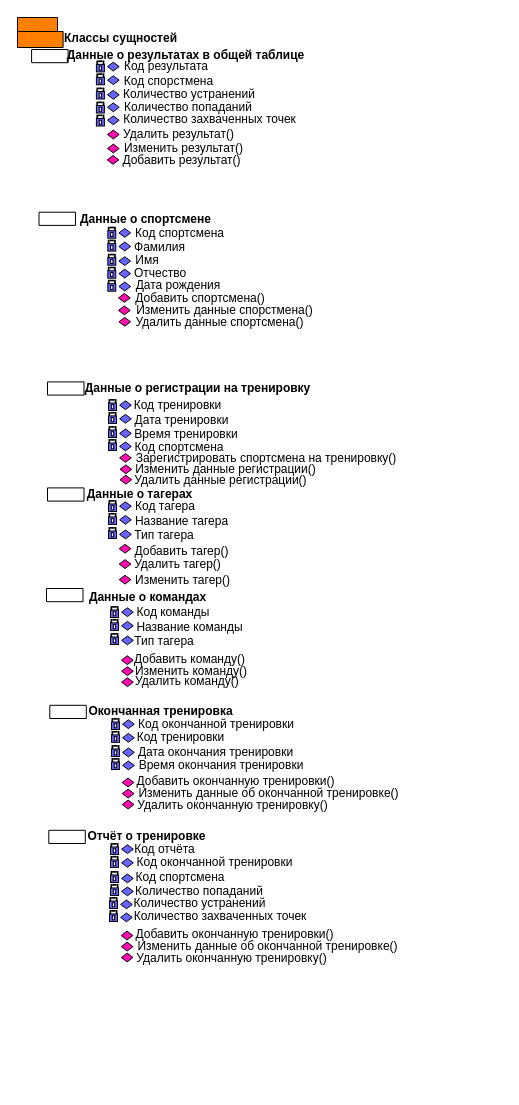
Earlier version of the draw.io diagram Решения/Часть 3. Схемы/Классы бизнес сущностей.drawio (VentoAureo12/Projecting-n-Design). Source tidied: cells renumbered, new cells numbered last; positions are measured from the earlier drawing's top-left corner, leaving out a move shared by most shapes. Both pictures are drawn from the tidied source at 100%, with x=0, y=0 at pixel (17, 17).
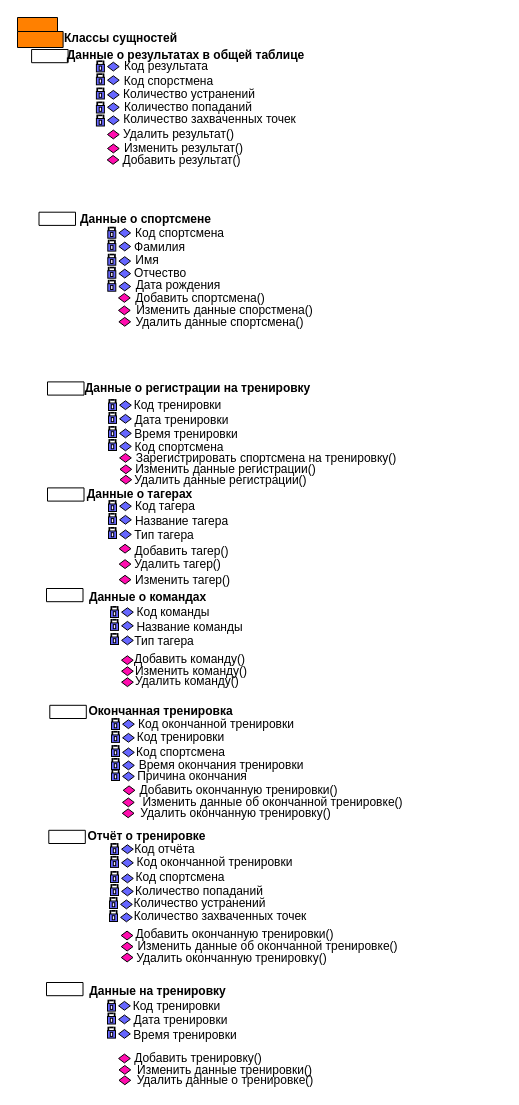
Above is the later version.

Change to the diagram source:
```diff
@@
-    <mxCell id="205" value="Дата окончания тренировки" style="text;html=1;strokeColor=none;fillColor=none;align=center;verticalAlign=middle;whiteSpace=wrap;rounded=0;" parent="1" vertex="1">
-      <mxGeometry x="113" y="730.5" width="171" height="9.4" as="geometry" />
+    <mxCell id="205" value="Код спортсмена" style="text;html=1;strokeColor=none;fillColor=none;align=center;verticalAlign=middle;whiteSpace=wrap;rounded=0;" parent="1" vertex="1">
+      <mxGeometry x="110" y="730.5" width="107" height="9.4" as="geometry" />
     </mxCell>
@@
     <mxCell id="226" style="rhombus;whiteSpace=wrap;html=1;fillColor=#FF0DAE;" parent="1" vertex="1">
-      <mxGeometry x="104.8" y="782.6" width="11.7" height="8.8" as="geometry" />
+      <mxGeometry x="104.8" y="791.4" width="11.7" height="8.8" as="geometry" />
     </mxCell>
     <mxCell id="227" value="Добавить окончанную тренировки()" style="text;html=1;strokeColor=none;fillColor=none;align=center;verticalAlign=middle;whiteSpace=wrap;rounded=0;" parent="1" vertex="1">
-      <mxGeometry x="106" y="759" width="225.4" height="9.4" as="geometry" />
+      <mxGeometry x="109.1" y="767.8" width="225.4" height="9.4" as="geometry" />
     </mxCell>
     <mxCell id="228" value="Изменить данные об окончанной тренировке()" style="text;html=1;strokeColor=none;fillColor=none;align=center;verticalAlign=middle;whiteSpace=wrap;rounded=0;" parent="1" vertex="1">
-      <mxGeometry x="89" y="771" width="325.4" height="9.4" as="geometry" />
+      <mxGeometry x="93" y="780.5" width="325.4" height="9.4" as="geometry" />
     </mxCell>
     <mxCell id="229" value="Удалить окончанную тренировку()" style="text;html=1;strokeColor=none;fillColor=none;align=center;verticalAlign=middle;whiteSpace=wrap;rounded=0;fontStyle=0;" parent="1" vertex="1">
-      <mxGeometry x="113.8" y="782.8" width="202.6" height="9.4" as="geometry" />
+      <mxGeometry x="117.4" y="791.4" width="202.6" height="9.4" as="geometry" />
     </mxCell>
     <mxCell id="230" style="rhombus;whiteSpace=wrap;html=1;fillColor=#FF0DAE;" parent="1" vertex="1">
-      <mxGeometry x="104.7" y="760.6" width="11.7" height="8.8" as="geometry" />
+      <mxGeometry x="105.7" y="768.4" width="11.7" height="8.8" as="geometry" />
     </mxCell>
     <mxCell id="231" style="rhombus;whiteSpace=wrap;html=1;fillColor=#FF0DAE;" parent="1" vertex="1">
-      <mxGeometry x="104.8" y="771.7" width="11.7" height="8.8" as="geometry" />
+      <mxGeometry x="105" y="780.5" width="11.7" height="8.8" as="geometry" />
     </mxCell>
@@
+    <mxCell id="304" style="rhombus;whiteSpace=wrap;html=1;fillColor=#6666FF;" parent="1" vertex="1">
+      <mxGeometry x="101.1" y="983.9" width="11.7" height="8.8" as="geometry" />
+    </mxCell>
+    <mxCell id="305" value="Код тренировки" style="text;html=1;strokeColor=none;fillColor=none;align=center;verticalAlign=middle;whiteSpace=wrap;rounded=0;" parent="1" vertex="1">
+      <mxGeometry x="108.7" y="983.5" width="101" height="10" as="geometry" />
+    </mxCell>
+    <mxCell id="306" value="Дата тренировки" style="text;html=1;strokeColor=none;fillColor=none;align=center;verticalAlign=middle;whiteSpace=wrap;rounded=0;" parent="1" vertex="1">
+      <mxGeometry x="108" y="998.6" width="111" height="9.4" as="geometry" />
+    </mxCell>
+    <mxCell id="307" value="Время тренировки" style="text;html=1;strokeColor=none;fillColor=none;align=center;verticalAlign=middle;whiteSpace=wrap;rounded=0;" parent="1" vertex="1">
+      <mxGeometry x="109" y="1013" width="118" height="9.4" as="geometry" />
+    </mxCell>
+    <mxCell id="308" style="rhombus;whiteSpace=wrap;html=1;fillColor=#6666FF;" parent="1" vertex="1">
+      <mxGeometry x="101.1" y="997.5" width="11.7" height="8.8" as="geometry" />
+    </mxCell>
+    <mxCell id="309" style="rhombus;whiteSpace=wrap;html=1;fillColor=#6666FF;" parent="1" vertex="1">
+      <mxGeometry x="101.1" y="1012" width="11.7" height="8.8" as="geometry" />
+    </mxCell>
+    <mxCell id="310" style="group;" parent="1" vertex="1">
+      <mxGeometry x="90" y="982.6" width="8" height="11" as="geometry" />
+    </mxCell>
+    <mxCell id="311" style="rounded=0;whiteSpace=wrap;html=1;fillColor=#6666FF;" parent="310" vertex="1">
+      <mxGeometry x="0.5" y="0.1" width="0.7" height="3.7" as="geometry" />
+    </mxCell>
+    <mxCell id="312" style="rounded=0;whiteSpace=wrap;html=1;fillColor=#6666FF;" parent="310" vertex="1">
+      <mxGeometry x="6.8" y="0.1" width="0.7" height="3.7" as="geometry" />
+    </mxCell>
+    <mxCell id="313" style="whiteSpace=wrap;html=1;fillColor=#6666FF;" parent="310" vertex="1">
+      <mxGeometry y="3.5" width="8" height="7.5" as="geometry" />
+    </mxCell>
+    <mxCell id="314" style="whiteSpace=wrap;html=1;gradientColor=#E5CCFF;gradientDirection=east;" parent="310" vertex="1">
+      <mxGeometry x="2.8" y="5.2" width="2.4" height="4.1" as="geometry" />
+    </mxCell>
+    <mxCell id="315" style="rounded=0;whiteSpace=wrap;html=1;rotation=90;fillColor=#6666FF;" parent="310" vertex="1">
+      <mxGeometry x="3.6" y="-1.4" width="0.7" height="3.5" as="geometry" />
+    </mxCell>
+    <mxCell id="316" style="group;" parent="1" vertex="1">
+      <mxGeometry x="90" y="995.5" width="8" height="11" as="geometry" />
+    </mxCell>
+    <mxCell id="317" style="rounded=0;whiteSpace=wrap;html=1;fillColor=#6666FF;" parent="316" vertex="1">
+      <mxGeometry x="0.5" y="0.1" width="0.7" height="3.7" as="geometry" />
+    </mxCell>
+    <mxCell id="318" style="rounded=0;whiteSpace=wrap;html=1;fillColor=#6666FF;" parent="316" vertex="1">
+      <mxGeometry x="6.8" y="0.1" width="0.7" height="3.7" as="geometry" />
+    </mxCell>
+    <mxCell id="319" style="whiteSpace=wrap;html=1;fillColor=#6666FF;" parent="316" vertex="1">
+      <mxGeometry y="3.5" width="8" height="7.5" as="geometry" />
+    </mxCell>
+    <mxCell id="320" style="whiteSpace=wrap;html=1;gradientColor=#E5CCFF;gradientDirection=east;" parent="316" vertex="1">
+      <mxGeometry x="2.8" y="5.2" width="2.4" height="4.1" as="geometry" />
+    </mxCell>
+    <mxCell id="321" style="rounded=0;whiteSpace=wrap;html=1;rotation=90;fillColor=#6666FF;" parent="316" vertex="1">
+      <mxGeometry x="3.6" y="-1.4" width="0.7" height="3.5" as="geometry" />
+    </mxCell>
+    <mxCell id="322" style="group;" parent="1" vertex="1">
+      <mxGeometry x="90" y="1009.6" width="8" height="11" as="geometry" />
+    </mxCell>
+    <mxCell id="323" style="rounded=0;whiteSpace=wrap;html=1;fillColor=#6666FF;" parent="322" vertex="1">
+      <mxGeometry x="0.5" y="0.1" width="0.7" height="3.7" as="geometry" />
+    </mxCell>
+    <mxCell id="324" style="rounded=0;whiteSpace=wrap;html=1;fillColor=#6666FF;" parent="322" vertex="1">
+      <mxGeometry x="6.8" y="0.1" width="0.7" height="3.7" as="geometry" />
+    </mxCell>
+    <mxCell id="325" style="whiteSpace=wrap;html=1;fillColor=#6666FF;" parent="322" vertex="1">
+      <mxGeometry y="3.5" width="8" height="7.5" as="geometry" />
+    </mxCell>
+    <mxCell id="326" style="whiteSpace=wrap;html=1;gradientColor=#E5CCFF;gradientDirection=east;" parent="322" vertex="1">
+      <mxGeometry x="2.8" y="5.2" width="2.4" height="4.1" as="geometry" />
+    </mxCell>
+    <mxCell id="327" style="rounded=0;whiteSpace=wrap;html=1;rotation=90;fillColor=#6666FF;" parent="322" vertex="1">
+      <mxGeometry x="3.6" y="-1.4" width="0.7" height="3.5" as="geometry" />
+    </mxCell>
+    <mxCell id="328" value="Добавить тренировку()" style="text;html=1;strokeColor=none;fillColor=none;align=center;verticalAlign=middle;whiteSpace=wrap;rounded=0;" parent="1" vertex="1">
+      <mxGeometry x="43.5" y="1036.6" width="274" height="9.4" as="geometry" />
+    </mxCell>
+    <mxCell id="329" style="rhombus;whiteSpace=wrap;html=1;fillColor=#FF0DAE;" parent="1" vertex="1">
+      <mxGeometry x="101.1" y="1036.6" width="11.7" height="8.8" as="geometry" />
+    </mxCell>
+    <mxCell id="330" value="Изменить данные тренировки()" style="text;html=1;strokeColor=none;fillColor=none;align=center;verticalAlign=middle;whiteSpace=wrap;rounded=0;" parent="1" vertex="1">
+      <mxGeometry x="109.1" y="1048" width="196.9" height="9.4" as="geometry" />
+    </mxCell>
+    <mxCell id="331" style="rhombus;whiteSpace=wrap;html=1;fillColor=#FF0DAE;" parent="1" vertex="1">
+      <mxGeometry x="101.5" y="1048" width="11.7" height="8.8" as="geometry" />
+    </mxCell>
+    <mxCell id="332" value="Удалить данные о тренировке()" style="text;html=1;strokeColor=none;fillColor=none;align=center;verticalAlign=middle;whiteSpace=wrap;rounded=0;" parent="1" vertex="1">
+      <mxGeometry x="109.1" y="1058.4" width="197.9" height="9.4" as="geometry" />
+    </mxCell>
+    <mxCell id="333" style="rhombus;whiteSpace=wrap;html=1;fillColor=#FF0DAE;" parent="1" vertex="1">
+      <mxGeometry x="101.5" y="1058.4" width="11.7" height="8.8" as="geometry" />
+    </mxCell>
+    <mxCell id="334" value="Данные на тренировку" style="text;align=center;fontStyle=1;verticalAlign=middle;spacingLeft=3;spacingRight=3;strokeColor=none;html=1;" parent="1" vertex="1">
+      <mxGeometry x="103" y="970" width="73" height="8.2" as="geometry" />
+    </mxCell>
+    <mxCell id="335" style="swimlane;fontStyle=0;horizontal=1;startSize=30;fillColor=none;html=1;" parent="1" vertex="1">
+      <mxGeometry x="29" y="965" width="36.5" height="13.2" as="geometry" />
+    </mxCell>
+    <mxCell id="336" value="Причина окончания" style="text;html=1;strokeColor=none;fillColor=none;align=center;verticalAlign=middle;whiteSpace=wrap;rounded=0;" parent="1" vertex="1">
+      <mxGeometry x="88" y="753.9" width="174" height="9.4" as="geometry" />
+    </mxCell>
+    <mxCell id="337" style="rhombus;whiteSpace=wrap;html=1;fillColor=#6666FF;" parent="1" vertex="1">
+      <mxGeometry x="105.1" y="754.5" width="11.7" height="8.8" as="geometry" />
+    </mxCell>
+    <mxCell id="338" style="group;" parent="1" vertex="1">
+      <mxGeometry x="94" y="752" width="8" height="11" as="geometry" />
+    </mxCell>
+    <mxCell id="339" style="rounded=0;whiteSpace=wrap;html=1;fillColor=#6666FF;" parent="338" vertex="1">
+      <mxGeometry x="0.5" y="0.1" width="0.7" height="3.7" as="geometry" />
+    </mxCell>
+    <mxCell id="340" style="rounded=0;whiteSpace=wrap;html=1;fillColor=#6666FF;" parent="338" vertex="1">
+      <mxGeometry x="6.8" y="0.1" width="0.7" height="3.7" as="geometry" />
+    </mxCell>
+    <mxCell id="341" style="whiteSpace=wrap;html=1;fillColor=#6666FF;" parent="338" vertex="1">
+      <mxGeometry y="3.5" width="8" height="7.5" as="geometry" />
+    </mxCell>
+    <mxCell id="342" style="whiteSpace=wrap;html=1;gradientColor=#E5CCFF;gradientDirection=east;" parent="338" vertex="1">
+      <mxGeometry x="2.8" y="5.2" width="2.4" height="4.1" as="geometry" />
+    </mxCell>
+    <mxCell id="343" style="rounded=0;whiteSpace=wrap;html=1;rotation=90;fillColor=#6666FF;" parent="338" vertex="1">
+      <mxGeometry x="3.6" y="-1.4" width="0.7" height="3.5" as="geometry" />
+    </mxCell>
```
